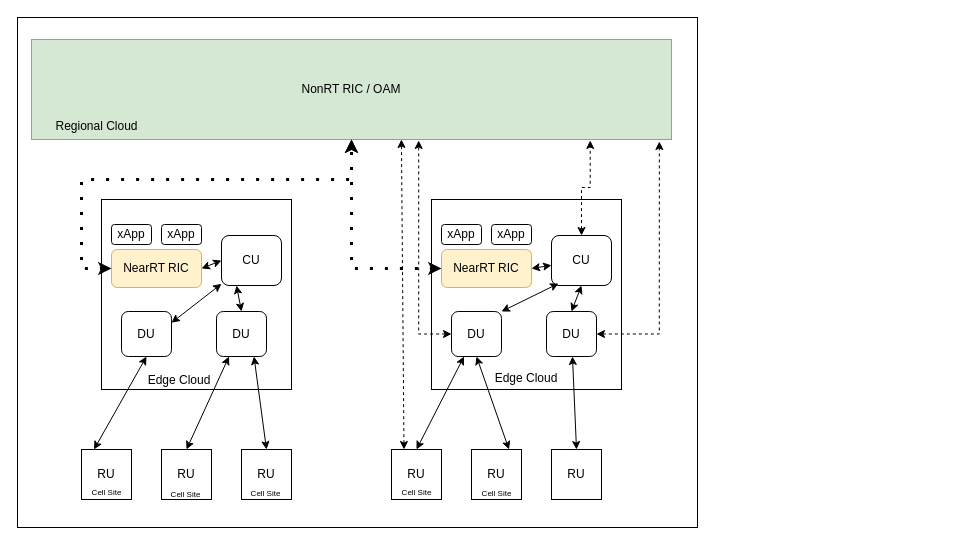
Earlier version of the draw.io diagram slides/foss30-2023/openran.drawio (hyphenOs/hyphenos-site-nikola). Source tidied: cells renumbered, new cells numbered last; positions are measured from the earlier drawing's top-left corner, leaving out a move shared by most shapes. Both pictures are drawn from the tidied source at 100%, with x=0, y=0 at pixel (17, 17).
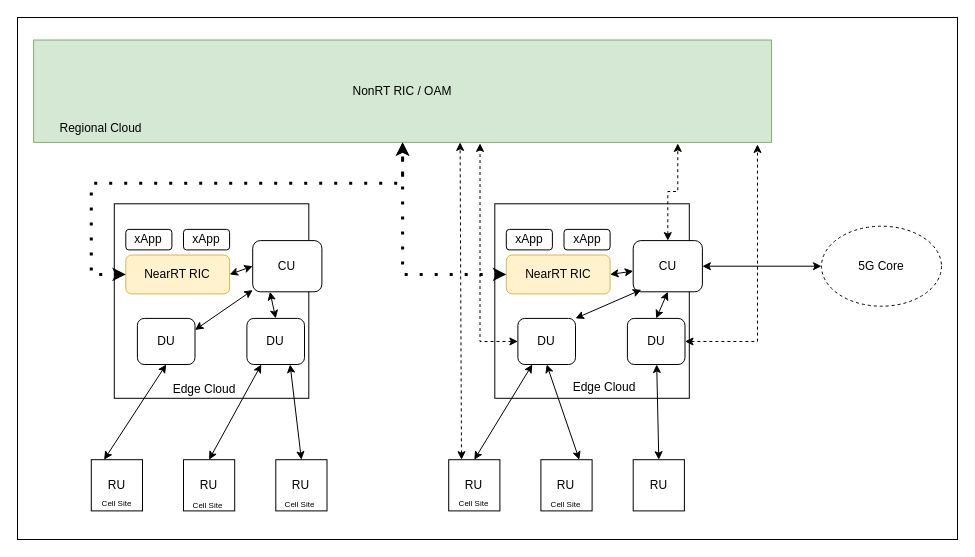
Above is the later version.

Commit message (it also covers changes not shown here):
Update to the OpenRAN diagram

The edit, as a diff of the source:
```diff
@@
     <mxCell id="2" style="group;" parent="1" vertex="1">
-      <mxGeometry width="680" height="510" as="geometry" />
+      <mxGeometry width="940" height="522" as="geometry" />
     </mxCell>
     <mxCell id="3" style="rounded=0;whiteSpace=wrap;html=1;" parent="2" vertex="1">
-      <mxGeometry width="680" height="510" as="geometry" />
+      <mxGeometry width="940" height="522" as="geometry" />
     </mxCell>
     <mxCell id="4" value="NonRT RIC / OAM" style="rounded=0;whiteSpace=wrap;html=1;fillColor=#d5e8d4;strokeColor=#82b366;" parent="2" vertex="1">
-      <mxGeometry x="14" y="22" width="640" height="100" as="geometry" />
+      <mxGeometry x="16.1" y="22.5" width="737.9" height="102.4" as="geometry" />
     </mxCell>
     <mxCell id="5" value="RU" style="whiteSpace=wrap;html=1;" parent="2" vertex="1">
-      <mxGeometry x="64" y="432" width="50" height="50" as="geometry" />
+      <mxGeometry x="73.8" y="442.2" width="51.2" height="51.2" as="geometry" />
     </mxCell>
     <mxCell id="6" value="RU" style="whiteSpace=wrap;html=1;" parent="2" vertex="1">
-      <mxGeometry x="144" y="432" width="50" height="50" as="geometry" />
+      <mxGeometry x="166" y="442.2" width="51.2" height="51.2" as="geometry" />
     </mxCell>
     <mxCell id="7" value="RU" style="whiteSpace=wrap;html=1;" parent="2" vertex="1">
-      <mxGeometry x="224" y="432" width="50" height="50" as="geometry" />
+      <mxGeometry x="258.3" y="442.2" width="51.2" height="51.2" as="geometry" />
     </mxCell>
     <mxCell id="8" value="RU" style="whiteSpace=wrap;html=1;" parent="2" vertex="1">
-      <mxGeometry x="374" y="432" width="50" height="50" as="geometry" />
+      <mxGeometry x="431.2" y="442.2" width="51.2" height="51.2" as="geometry" />
     </mxCell>
     <mxCell id="9" value="RU" style="whiteSpace=wrap;html=1;" parent="2" vertex="1">
-      <mxGeometry x="454" y="432" width="50" height="50" as="geometry" />
+      <mxGeometry x="523.4" y="442.2" width="51.2" height="51.2" as="geometry" />
     </mxCell>
     <mxCell id="10" value="RU" style="whiteSpace=wrap;html=1;" parent="2" vertex="1">
-      <mxGeometry x="534" y="432" width="50" height="50" as="geometry" />
+      <mxGeometry x="615.7" y="442.2" width="51.2" height="51.2" as="geometry" />
     </mxCell>
     <mxCell id="11" style="group;" parent="2" vertex="1">
-      <mxGeometry x="84" y="182" width="190" height="190" as="geometry" />
+      <mxGeometry x="96.8" y="186.3" width="219.1" height="194.5" as="geometry" />
     </mxCell>
     <mxCell id="12" style="whiteSpace=wrap;html=1;" parent="11" vertex="1">
-      <mxGeometry width="190" height="190" as="geometry" />
+      <mxGeometry width="194.5" height="194.5" as="geometry" />
     </mxCell>
     <mxCell id="13" value="NearRT RIC" style="rounded=1;whiteSpace=wrap;html=1;fillColor=#fff2cc;strokeColor=#d6b656;" parent="11" vertex="1">
-      <mxGeometry x="10" y="50" width="90" height="38" as="geometry" />
+      <mxGeometry x="11.5" y="51.2" width="103.8" height="38.9" as="geometry" />
     </mxCell>
     <mxCell id="14" value="DU" style="rounded=1;whiteSpace=wrap;html=1;" parent="11" vertex="1">
-      <mxGeometry x="20" y="112" width="50" height="45" as="geometry" />
+      <mxGeometry x="23.1" y="114.6" width="57.6" height="46.1" as="geometry" />
     </mxCell>
     <mxCell id="15" value="DU" style="rounded=1;whiteSpace=wrap;html=1;" parent="11" vertex="1">
-      <mxGeometry x="115" y="112" width="50" height="45" as="geometry" />
+      <mxGeometry x="132.6" y="114.6" width="57.6" height="46.1" as="geometry" />
     </mxCell>
     <mxCell id="16" value="CU" style="rounded=1;whiteSpace=wrap;html=1;" parent="11" vertex="1">
-      <mxGeometry x="120" y="36" width="60" height="50" as="geometry" />
+      <mxGeometry x="138.4" y="36.8" width="69.2" height="51.2" as="geometry" />
     </mxCell>
@@
     <mxCell id="18" value="xApp" style="rounded=1;whiteSpace=wrap;html=1;" parent="11" vertex="1">
-      <mxGeometry x="10" y="25" width="40" height="20" as="geometry" />
+      <mxGeometry x="11.5" y="25.6" width="46.1" height="20.5" as="geometry" />
     </mxCell>
     <mxCell id="19" value="xApp" style="rounded=1;whiteSpace=wrap;html=1;" parent="11" vertex="1">
-      <mxGeometry x="60" y="25" width="40" height="20" as="geometry" />
+      <mxGeometry x="69.2" y="25.6" width="46.1" height="20.5" as="geometry" />
     </mxCell>
     <mxCell id="20" value="Edge Cloud" style="text;html=1;strokeColor=none;fillColor=none;align=center;verticalAlign=middle;whiteSpace=wrap;rounded=0;" parent="11" vertex="1">
-      <mxGeometry x="38" y="166" width="80" height="30" as="geometry" />
+      <mxGeometry x="43.8" y="169.9" width="92.2" height="30.7" as="geometry" />
     </mxCell>
@@
     <mxCell id="24" style="group;" parent="2" vertex="1">
-      <mxGeometry x="414" y="182" width="190" height="190" as="geometry" />
+      <mxGeometry x="477.3" y="186.3" width="219.1" height="194.5" as="geometry" />
     </mxCell>
     <mxCell id="25" style="whiteSpace=wrap;html=1;" parent="24" vertex="1">
-      <mxGeometry width="190" height="190" as="geometry" />
+      <mxGeometry width="194.5" height="194.5" as="geometry" />
     </mxCell>
     <mxCell id="26" value="NearRT RIC" style="rounded=1;whiteSpace=wrap;html=1;fillColor=#fff2cc;strokeColor=#d6b656;" parent="24" vertex="1">
-      <mxGeometry x="10" y="50" width="90" height="38" as="geometry" />
+      <mxGeometry x="11.5" y="51.2" width="103.8" height="38.9" as="geometry" />
     </mxCell>
     <mxCell id="27" value="DU" style="rounded=1;whiteSpace=wrap;html=1;" parent="24" vertex="1">
-      <mxGeometry x="20" y="112" width="50" height="45" as="geometry" />
+      <mxGeometry x="23.1" y="114.6" width="57.6" height="46.1" as="geometry" />
     </mxCell>
     <mxCell id="28" value="DU" style="rounded=1;whiteSpace=wrap;html=1;" parent="24" vertex="1">
-      <mxGeometry x="115" y="112" width="50" height="45" as="geometry" />
+      <mxGeometry x="132.6" y="114.6" width="57.6" height="46.1" as="geometry" />
     </mxCell>
     <mxCell id="29" value="CU" style="rounded=1;whiteSpace=wrap;html=1;" parent="24" vertex="1">
-      <mxGeometry x="120" y="36" width="60" height="50" as="geometry" />
+      <mxGeometry x="138.4" y="36.8" width="69.2" height="51.2" as="geometry" />
     </mxCell>
@@
     <mxCell id="31" value="xApp" style="rounded=1;whiteSpace=wrap;html=1;" parent="24" vertex="1">
-      <mxGeometry x="10" y="25" width="40" height="20" as="geometry" />
+      <mxGeometry x="11.5" y="25.6" width="46.1" height="20.5" as="geometry" />
     </mxCell>
     <mxCell id="32" value="xApp" style="rounded=1;whiteSpace=wrap;html=1;" parent="24" vertex="1">
-      <mxGeometry x="60" y="25" width="40" height="20" as="geometry" />
+      <mxGeometry x="69.2" y="25.6" width="46.1" height="20.5" as="geometry" />
     </mxCell>
     <mxCell id="33" value="Edge Cloud" style="text;html=1;strokeColor=none;fillColor=none;align=center;verticalAlign=middle;whiteSpace=wrap;rounded=0;" parent="24" vertex="1">
-      <mxGeometry x="55" y="164" width="80" height="30" as="geometry" />
+      <mxGeometry x="63.4" y="167.9" width="92.2" height="30.7" as="geometry" />
     </mxCell>
@@
     <mxCell id="37" value="Regional Cloud" style="text;html=1;align=center;verticalAlign=middle;strokeColor=none;fillColor=none;" parent="2" vertex="1">
-      <mxGeometry x="24" y="94" width="110" height="30" as="geometry" />
+      <mxGeometry x="27.7" y="96.2" width="110" height="30" as="geometry" />
     </mxCell>
     <mxCell id="38" value="&lt;font style=&quot;font-size: 8px;&quot;&gt;Cell Site&lt;/font&gt;" style="text;html=1;align=center;verticalAlign=middle;strokeColor=none;fillColor=none;" parent="2" vertex="1">
-      <mxGeometry x="64" y="459" width="50" height="30" as="geometry" />
+      <mxGeometry x="73.8" y="469.8" width="50" height="30" as="geometry" />
     </mxCell>
     <mxCell id="39" value="&lt;font style=&quot;font-size: 8px;&quot;&gt;Cell Site&lt;/font&gt;" style="text;html=1;align=center;verticalAlign=middle;strokeColor=none;fillColor=none;" parent="2" vertex="1">
-      <mxGeometry x="143" y="461" width="50" height="30" as="geometry" />
+      <mxGeometry x="164.9" y="471.8" width="50" height="30" as="geometry" />
     </mxCell>
     <mxCell id="40" value="&lt;font style=&quot;font-size: 8px;&quot;&gt;Cell Site&lt;/font&gt;" style="text;html=1;align=center;verticalAlign=middle;strokeColor=none;fillColor=none;" parent="2" vertex="1">
-      <mxGeometry x="223" y="460" width="50" height="30" as="geometry" />
+      <mxGeometry x="257.1" y="470.8" width="50" height="30" as="geometry" />
     </mxCell>
     <mxCell id="41" value="&lt;font style=&quot;font-size: 8px;&quot;&gt;Cell Site&lt;/font&gt;" style="text;html=1;align=center;verticalAlign=middle;strokeColor=none;fillColor=none;" parent="2" vertex="1">
-      <mxGeometry x="374" y="459" width="50" height="30" as="geometry" />
+      <mxGeometry x="431.2" y="469.8" width="50" height="30" as="geometry" />
     </mxCell>
     <mxCell id="42" value="&lt;font style=&quot;font-size: 8px;&quot;&gt;Cell Site&lt;/font&gt;" style="text;html=1;align=center;verticalAlign=middle;strokeColor=none;fillColor=none;" parent="2" vertex="1">
-      <mxGeometry x="454" y="460" width="50" height="30" as="geometry" />
+      <mxGeometry x="523.4" y="470.8" width="50" height="30" as="geometry" />
     </mxCell>
@@
     <mxCell id="51" style="edgeStyle=orthogonalEdgeStyle;rounded=0;jettySize=auto;html=1;exitX=1;exitY=0.5;exitDx=0;exitDy=0;entryX=0.981;entryY=1.02;entryDx=0;entryDy=0;entryPerimeter=0;dashed=1;startArrow=classic;startFill=1;" parent="2" edge="1" source="28" target="4">
       <mxGeometry relative="1" as="geometry">
         <Array as="points">
-          <mxPoint x="642" y="317" />
+          <mxPoint x="740.2" y="324.5" />
         </Array>
       </mxGeometry>
     </mxCell>
@@
     <mxCell id="54" style="edgeStyle=orthogonalEdgeStyle;rounded=0;jettySize=auto;html=1;exitX=0;exitY=0.5;exitDx=0;exitDy=0;dashed=1;dashPattern=1 4;startArrow=classic;startFill=1;strokeWidth=3;endSize=4;startSize=4;entryX=0.5;entryY=1;entryDx=0;entryDy=0;" parent="2" edge="1" source="13" target="4">
       <mxGeometry relative="1" as="geometry">
         <Array as="points">
-          <mxPoint x="64" y="251" />
-          <mxPoint x="64" y="162" />
-          <mxPoint x="334" y="162" />
+          <mxPoint x="73.8" y="256.9" />
+          <mxPoint x="73.8" y="165.8" />
+          <mxPoint x="385.1" y="165.8" />
         </Array>
       </mxGeometry>
     </mxCell>
+    <mxCell id="55" value="5G Core" style="ellipse;whiteSpace=wrap;html=1;dashed=1;" parent="1" vertex="1">
+      <mxGeometry x="804" y="208.7" width="120" height="80" as="geometry" />
+    </mxCell>
+    <mxCell id="56" style="endArrow=classic;startArrow=classic;html=1;rounded=0;exitX=1;exitY=0.5;exitDx=0;exitDy=0;entryX=0;entryY=0.5;entryDx=0;entryDy=0;" parent="1" edge="1" source="29" target="55">
+      <mxGeometry relative="1" as="geometry" />
+    </mxCell>
```
